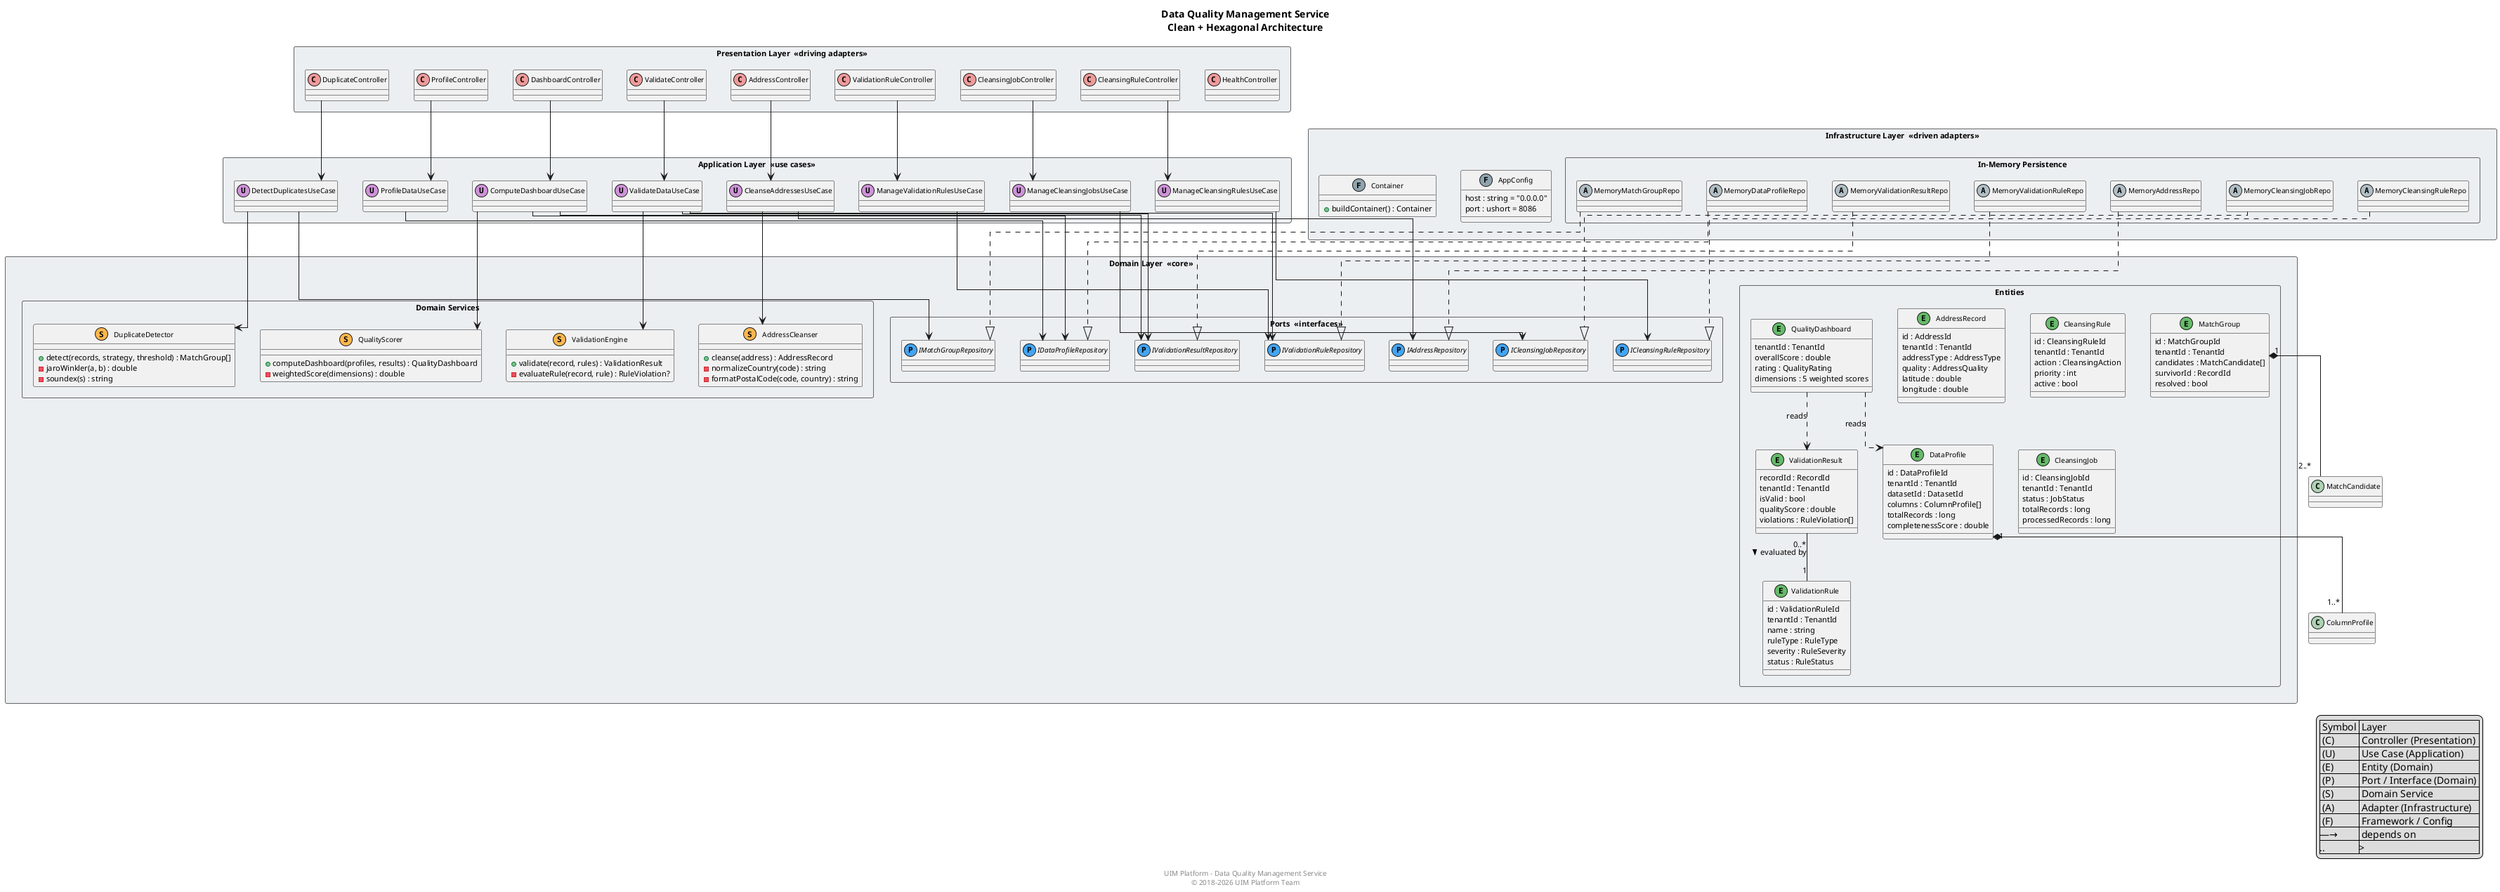
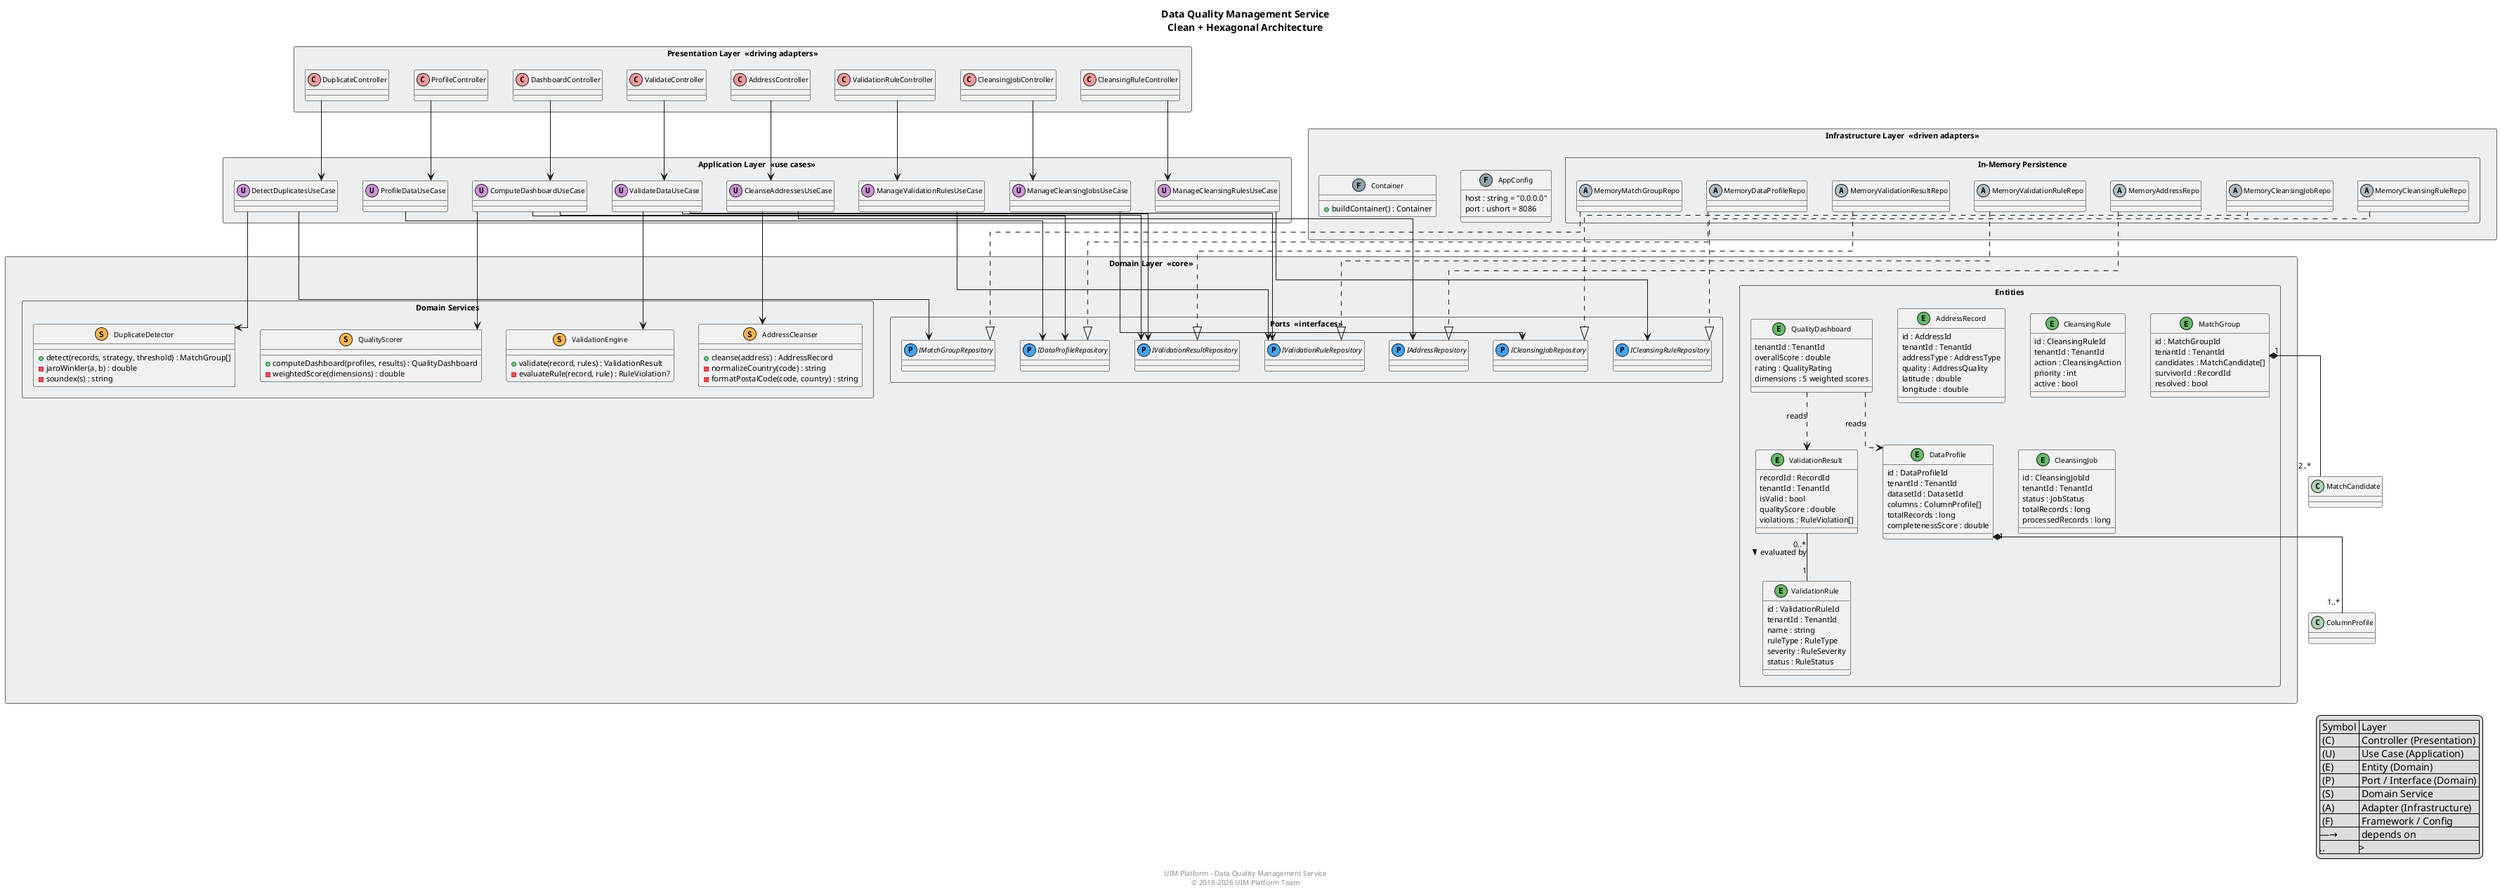
@startuml "Data Quality Management Service – Architecture"

!define ENTITY_COLOR #E8F5E9
!define PORT_COLOR #E3F2FD
!define SERVICE_COLOR #FFF3E0
!define USECASE_COLOR #F3E5F5
!define INFRA_COLOR #ECEFF1
!define HTTP_COLOR #FCE4EC

skinparam packageStyle rectangle
skinparam defaultFontSize 11
skinparam shadowing false
skinparam linetype ortho
skinparam packageBorderColor #666
skinparam packageFontSize 13
skinparam packageFontStyle bold
skinparam classFontSize 10

title Data Quality Management Service\nClean + Hexagonal Architecture

' ============================================================
' PRESENTATION LAYER (Driving Adapters)
' ============================================================

package "Presentation Layer  «driving adapters»" as PRES <<Rectangle>> {
  skinparam packageBackgroundColor HTTP_COLOR

-   class HealthController << (C,#EF9A9A) >>
  class ValidationRuleController << (C,#EF9A9A) >>
  class ValidateController << (C,#EF9A9A) >>
  class AddressController << (C,#EF9A9A) >>
  class DuplicateController << (C,#EF9A9A) >>
  class ProfileController << (C,#EF9A9A) >>
  class CleansingRuleController << (C,#EF9A9A) >>
  class CleansingJobController << (C,#EF9A9A) >>
  class DashboardController << (C,#EF9A9A) >>
}

' ============================================================
' APPLICATION LAYER (Use Cases)
' ============================================================

package "Application Layer  «use cases»" as APP <<Rectangle>> {
  skinparam packageBackgroundColor USECASE_COLOR

  class ManageValidationRulesUseCase << (U,#CE93D8) >>
  class ValidateDataUseCase << (U,#CE93D8) >>
  class CleanseAddressesUseCase << (U,#CE93D8) >>
  class DetectDuplicatesUseCase << (U,#CE93D8) >>
  class ProfileDataUseCase << (U,#CE93D8) >>
  class ManageCleansingRulesUseCase << (U,#CE93D8) >>
  class ManageCleansingJobsUseCase << (U,#CE93D8) >>
  class ComputeDashboardUseCase << (U,#CE93D8) >>
}

' ============================================================
' DOMAIN LAYER (Core Business Logic)
' ============================================================

package "Domain Layer  «core»" as DOM <<Rectangle>> {

  package "Entities" as ENT <<Rectangle>> {
    skinparam packageBackgroundColor ENTITY_COLOR

    class ValidationRule << (E,#66BB6A) >> {
      id : ValidationRuleId
      tenantId : TenantId
      name : string
      ruleType : RuleType
      severity : RuleSeverity
      status : RuleStatus
    }

    class ValidationResult << (E,#66BB6A) >> {
      recordId : RecordId
      tenantId : TenantId
      isValid : bool
      qualityScore : double
      violations : RuleViolation[]
    }

    class AddressRecord << (E,#66BB6A) >> {
      id : AddressId
      tenantId : TenantId
      addressType : AddressType
      quality : AddressQuality
      latitude : double
      longitude : double
    }

    class MatchGroup << (E,#66BB6A) >> {
      id : MatchGroupId
      tenantId : TenantId
      candidates : MatchCandidate[]
      survivorId : RecordId
      resolved : bool
    }

    class DataProfile << (E,#66BB6A) >> {
      id : DataProfileId
      tenantId : TenantId
      datasetId : DatasetId
      columns : ColumnProfile[]
      totalRecords : long
      completenessScore : double
    }

    class CleansingRule << (E,#66BB6A) >> {
      id : CleansingRuleId
      tenantId : TenantId
      action : CleansingAction
      priority : int
      active : bool
    }

    class CleansingJob << (E,#66BB6A) >> {
      id : CleansingJobId
      tenantId : TenantId
      status : JobStatus
      totalRecords : long
      processedRecords : long
    }

    class QualityDashboard << (E,#66BB6A) >> {
      tenantId : TenantId
      overallScore : double
      rating : QualityRating
      dimensions : 5 weighted scores
    }
  }

  package "Ports  «interfaces»" as PORTS <<Rectangle>> {
    skinparam packageBackgroundColor PORT_COLOR

    interface IValidationRuleRepository << (P,#42A5F5) >>
    interface IValidationResultRepository << (P,#42A5F5) >>
    interface IAddressRepository << (P,#42A5F5) >>
    interface IMatchGroupRepository << (P,#42A5F5) >>
    interface IDataProfileRepository << (P,#42A5F5) >>
    interface ICleansingRuleRepository << (P,#42A5F5) >>
    interface ICleansingJobRepository << (P,#42A5F5) >>
  }

  package "Domain Services" as DSVC <<Rectangle>> {
    skinparam packageBackgroundColor SERVICE_COLOR

    class ValidationEngine << (S,#FFB74D) >> {
      + validate(record, rules) : ValidationResult
      - evaluateRule(record, rule) : RuleViolation?
    }

    class AddressCleanser << (S,#FFB74D) >> {
      + cleanse(address) : AddressRecord
      - normalizeCountry(code) : string
      - formatPostalCode(code, country) : string
    }

    class DuplicateDetector << (S,#FFB74D) >> {
      + detect(records, strategy, threshold) : MatchGroup[]
      - jaroWinkler(a, b) : double
      - soundex(s) : string
    }

    class QualityScorer << (S,#FFB74D) >> {
      + computeDashboard(profiles, results) : QualityDashboard
      - weightedScore(dimensions) : double
    }
  }
}

' ============================================================
' INFRASTRUCTURE LAYER (Driven Adapters)
' ============================================================

package "Infrastructure Layer  «driven adapters»" as INFRA <<Rectangle>> {
  skinparam packageBackgroundColor INFRA_COLOR

  class AppConfig << (F,#90A4AE) >> {
    host : string = "0.0.0.0"
    port : ushort = 8086
  }

  class Container << (F,#90A4AE) >> {
    + buildContainer() : Container
  }

  package "In-Memory Persistence" as PERSIST <<Rectangle>> {
    class MemoryValidationRuleRepo << (A,#B0BEC5) >>
    class MemoryValidationResultRepo << (A,#B0BEC5) >>
    class MemoryAddressRepo << (A,#B0BEC5) >>
    class MemoryMatchGroupRepo << (A,#B0BEC5) >>
    class MemoryDataProfileRepo << (A,#B0BEC5) >>
    class MemoryCleansingRuleRepo << (A,#B0BEC5) >>
    class MemoryCleansingJobRepo << (A,#B0BEC5) >>
  }
}

' ============================================================
' RELATIONSHIPS – Controller → Use Case
' ============================================================

ValidationRuleController  --> ManageValidationRulesUseCase
ValidateController        --> ValidateDataUseCase
AddressController         --> CleanseAddressesUseCase
DuplicateController       --> DetectDuplicatesUseCase
ProfileController         --> ProfileDataUseCase
CleansingRuleController   --> ManageCleansingRulesUseCase
CleansingJobController    --> ManageCleansingJobsUseCase
DashboardController       --> ComputeDashboardUseCase

' ============================================================
' RELATIONSHIPS – Use Case → Domain Services
' ============================================================

ValidateDataUseCase       --> ValidationEngine
CleanseAddressesUseCase   --> AddressCleanser
DetectDuplicatesUseCase   --> DuplicateDetector
ComputeDashboardUseCase   --> QualityScorer

' ============================================================
' RELATIONSHIPS – Use Case → Ports
' ============================================================

ManageValidationRulesUseCase --> IValidationRuleRepository
ValidateDataUseCase          --> IValidationRuleRepository
ValidateDataUseCase          --> IValidationResultRepository
CleanseAddressesUseCase      --> IAddressRepository
DetectDuplicatesUseCase      --> IMatchGroupRepository
ProfileDataUseCase           --> IDataProfileRepository
ManageCleansingRulesUseCase  --> ICleansingRuleRepository
ManageCleansingJobsUseCase   --> ICleansingJobRepository
ComputeDashboardUseCase      --> IDataProfileRepository
ComputeDashboardUseCase      --> IValidationResultRepository

' ============================================================
' RELATIONSHIPS – Adapter implements Port
' ============================================================

MemoryValidationRuleRepo   ..|> IValidationRuleRepository
MemoryValidationResultRepo ..|> IValidationResultRepository
MemoryAddressRepo          ..|> IAddressRepository
MemoryMatchGroupRepo       ..|> IMatchGroupRepository
MemoryDataProfileRepo      ..|> IDataProfileRepository
MemoryCleansingRuleRepo    ..|> ICleansingRuleRepository
MemoryCleansingJobRepo     ..|> ICleansingJobRepository

' ============================================================
' ENTITY ASSOCIATIONS
' ============================================================

ValidationResult "0..*" -- "1" ValidationRule : evaluated by >
MatchGroup "1" *-- "2..*" MatchCandidate
DataProfile "1" *-- "1..*" ColumnProfile
QualityDashboard ..> DataProfile : reads
QualityDashboard ..> ValidationResult : reads

' ============================================================
' LEGEND
' ============================================================

legend bottom right
  | Symbol | Layer |
  | (C) | Controller (Presentation) |
  | (U) | Use Case (Application) |
  | (E) | Entity (Domain) |
  | (P) | Port / Interface (Domain) |
  | (S) | Domain Service |
  | (A) | Adapter (Infrastructure) |
  | (F) | Framework / Config |
  |—→| depends on |
  |..|>| implements |
endlegend

footer UIM Platform – Data Quality Management Service\n© 2018-2026 UIM Platform Team

@enduml
